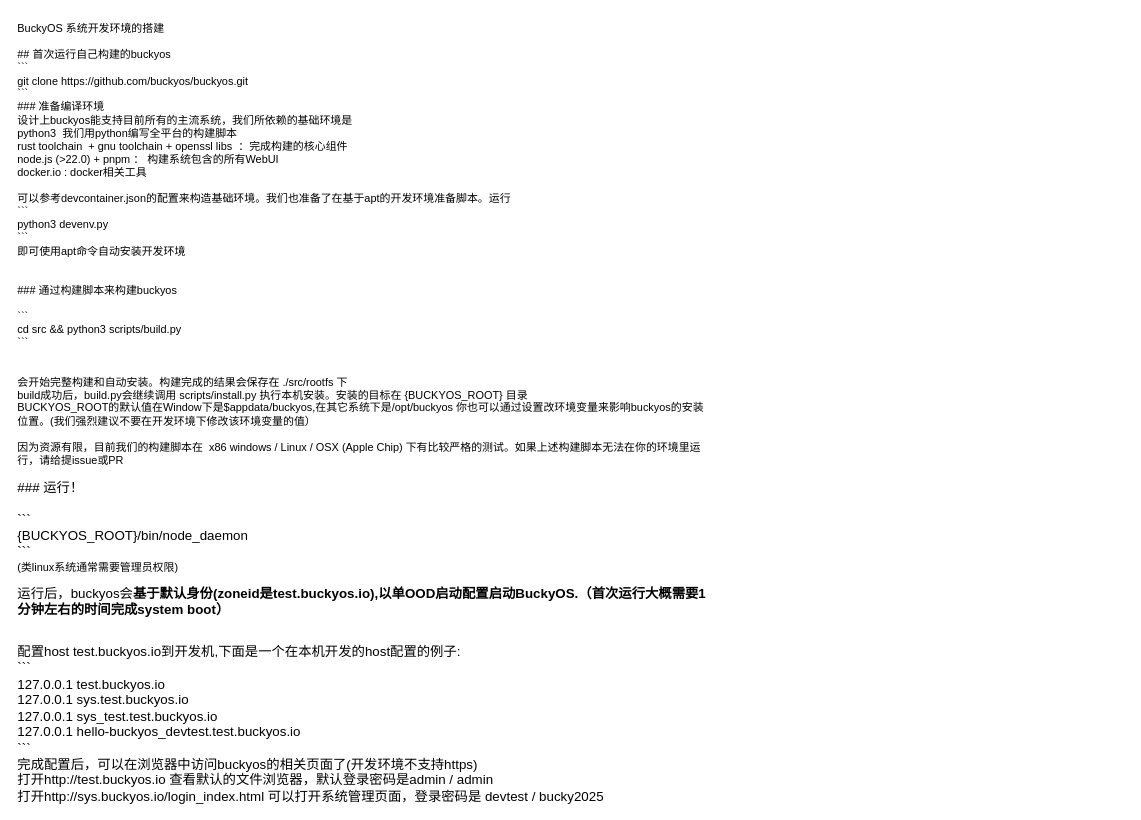
Above: page "Page1" (1 of 3) of doc/start dev.drawio in buckyos/buckyos (draw.io), before the change. Source tidied: cells renumbered, new cells numbered last; positions are measured from the earlier drawing's top-left corner, leaving out a move shared by most shapes. Both pictures are drawn from the tidied source at 91%, with x=0, y=0 at pixel (15, 15).
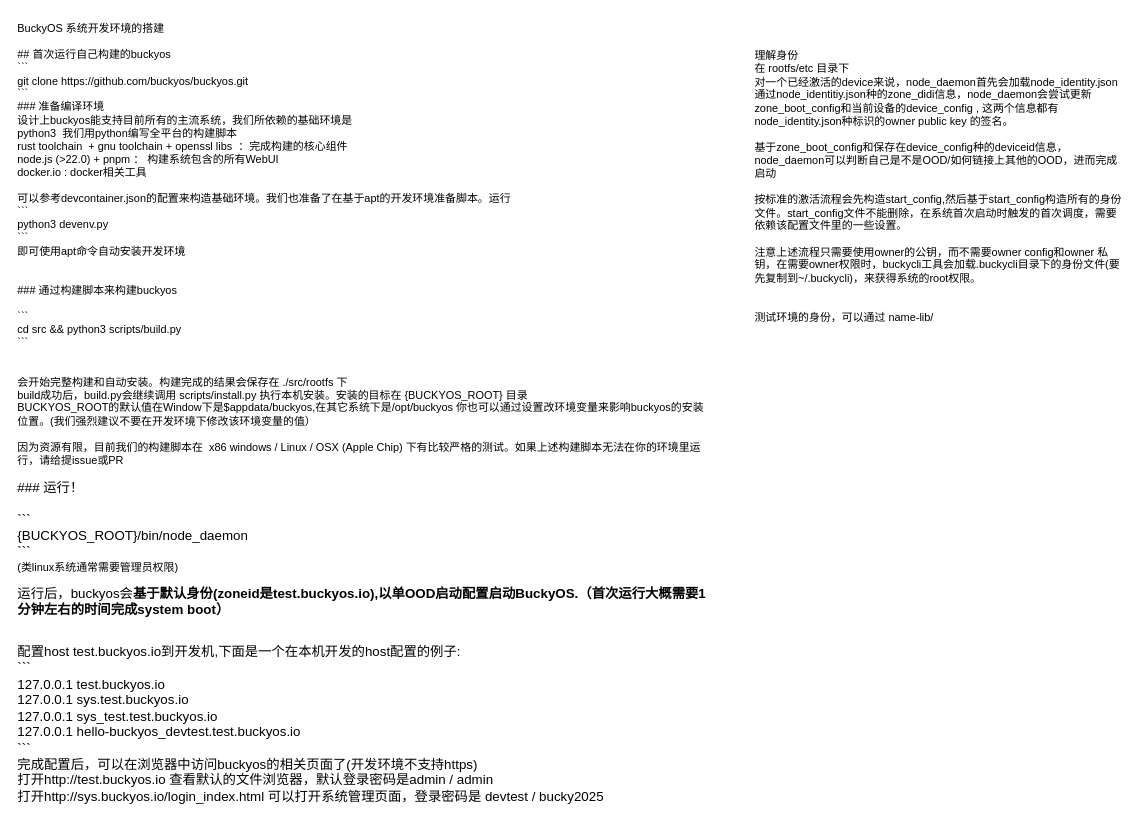
The same page after the edit.

Diff of the diagram source:
````diff
@@
 <mxGraphModel>
   <root>
     <mxCell id="0" />
     <mxCell id="1" parent="0" />
     <mxCell id="2" value="BuckyOS 系统开发环境的搭建&lt;div&gt;&lt;br&gt;&lt;/div&gt;&lt;div&gt;## 首次运行自己构建的buckyos&lt;/div&gt;&lt;div&gt;```&lt;/div&gt;&lt;div&gt;git clone https://github.com/buckyos/buckyos.git&lt;/div&gt;&lt;div&gt;```&lt;/div&gt;&lt;div&gt;### 准备编译环境&lt;/div&gt;&lt;div&gt;设计上buckyos能支持目前所有的主流系统，我们所依赖的基础环境是&lt;/div&gt;&lt;div&gt;python3&amp;nbsp; 我们用python编写全平台的构建脚本&lt;/div&gt;&lt;div&gt;rust toolchain&amp;nbsp; +&amp;nbsp;&lt;span style=&quot;background-color: transparent; color: light-dark(rgb(0, 0, 0), rgb(255, 255, 255));&quot;&gt;gnu toolchain +&amp;nbsp;&lt;/span&gt;&lt;span style=&quot;background-color: transparent; color: light-dark(rgb(0, 0, 0), rgb(255, 255, 255));&quot;&gt;openssl libs&amp;nbsp; ：完成构建的核心组件&lt;/span&gt;&lt;/div&gt;&lt;div&gt;node.js (&amp;gt;22.0) +&amp;nbsp;&lt;span style=&quot;background-color: transparent; color: light-dark(rgb(0, 0, 0), rgb(255, 255, 255));&quot;&gt;pnpm ： 构建系统包含的所有WebUI&lt;/span&gt;&lt;/div&gt;&lt;div&gt;docker.io : docker相关工具&lt;/div&gt;&lt;div&gt;&lt;br&gt;&lt;/div&gt;&lt;div&gt;可以参考devcontainer.json的配置来构造基础环境。我们也准备了在基于apt的开发环境准备脚本。运行&lt;/div&gt;&lt;div&gt;```&lt;/div&gt;&lt;div&gt;python3 devenv.py&amp;nbsp;&lt;/div&gt;&lt;div&gt;```&lt;/div&gt;&lt;div&gt;即可使用apt命令自动安装开发环境&lt;/div&gt;&lt;div&gt;&lt;br&gt;&lt;/div&gt;&lt;div&gt;&lt;br&gt;&lt;/div&gt;&lt;div&gt;### 通过构建脚本来构建buckyos&lt;/div&gt;&lt;div&gt;&lt;br&gt;&lt;/div&gt;&lt;div&gt;```&lt;/div&gt;&lt;div&gt;cd src &amp;amp;&amp;amp; python3 scripts/build.py&amp;nbsp;&lt;/div&gt;&lt;div&gt;```&lt;/div&gt;&lt;div&gt;&lt;br&gt;&lt;/div&gt;&lt;div&gt;&lt;br&gt;&lt;/div&gt;&lt;div&gt;会开始完整构建和自动安装。构建完成的结果会保存在 ./src/rootfs 下&lt;/div&gt;&lt;div&gt;build成功后，build.py会继续调用 scripts/install.py 执行本机安装。安装的目标在 {BUCKYOS_ROOT} 目录&lt;/div&gt;&lt;div&gt;BUCKYOS_ROOT的默认值在Window下是$appdata/buckyos,在其它系统下是/opt/buckyos 你也可以通过设置改环境变量来影响buckyos的安装位置。(我们强烈建议不要在开发环境下修改该环境变量的值）&lt;/div&gt;&lt;div&gt;&lt;br&gt;&lt;/div&gt;&lt;div&gt;因为资源有限，目前我们的构建脚本在&amp;nbsp; x86 windows / Linux / OSX (Apple Chip) 下有比较严格的测试。如果上述构建脚本无法在你的环境里运行，请给提issue或PR&lt;/div&gt;&lt;div&gt;&lt;br&gt;&lt;/div&gt;&lt;div&gt;&lt;p style=&quot;margin:0in;font-size:11.0pt&quot;&gt;### 运行！&lt;/p&gt;&lt;p style=&quot;margin:0in;font-size:11.0pt&quot;&gt;&lt;br&gt;&lt;/p&gt;&lt;p style=&quot;margin:0in;font-size:11.0pt&quot;&gt;```&lt;/p&gt;&lt;p style=&quot;margin:0in;font-size:11.0pt&quot;&gt;{BUCKYOS_ROOT}/bin/node_daemon&lt;/p&gt;&lt;p style=&quot;margin:0in;font-size:11.0pt&quot;&gt;```&lt;/p&gt;(类linux系统通常需要管理员权限)&lt;/div&gt;&lt;div&gt;&lt;br&gt;&lt;p style=&quot;margin:0in;font-family:&amp;quot;Microsoft YaHei&amp;quot;;font-size:11.0pt&quot;&gt;&lt;span lang=&quot;zh-CN&quot; style=&quot;&quot;&gt;运行后，buckyos会&lt;/span&gt;&lt;span lang=&quot;zh-CN&quot; style=&quot;font-weight:bold&quot;&gt;基于默认身份(zoneid&lt;/span&gt;&lt;b style=&quot;background-color: transparent; color: light-dark(rgb(0, 0, 0), rgb(255, 255, 255));&quot;&gt;是test.buckyos.io)&lt;/b&gt;&lt;span style=&quot;font-size: 11pt; background-color: transparent; color: light-dark(rgb(0, 0, 0), rgb(255, 255, 255)); font-weight: bold;&quot; lang=&quot;en-US&quot;&gt;,&lt;/span&gt;&lt;span style=&quot;font-size: 11pt; background-color: transparent; color: light-dark(rgb(0, 0, 0), rgb(255, 255, 255)); font-weight: bold;&quot; lang=&quot;zh-CN&quot;&gt;以单&lt;/span&gt;&lt;span style=&quot;font-size: 11pt; background-color: transparent; color: light-dark(rgb(0, 0, 0), rgb(255, 255, 255)); font-weight: bold;&quot; lang=&quot;en-US&quot;&gt;OOD&lt;/span&gt;&lt;span style=&quot;font-size: 11pt; background-color: transparent; color: light-dark(rgb(0, 0, 0), rgb(255, 255, 255)); font-weight: bold;&quot; lang=&quot;zh-CN&quot;&gt;启动配置启动BuckyOS.（首次运行大概需要1分钟左右的时间完成system boot）&lt;/span&gt;&lt;/p&gt;&lt;p style=&quot;margin:0in;margin-left:.375in;font-family:&amp;quot;Microsoft YaHei&amp;quot;;&lt;br/&gt;font-size:11.0pt&quot;&gt;&lt;br&gt;&lt;/p&gt;&lt;br&gt;&lt;p style=&quot;margin:0in;font-family:&amp;quot;Microsoft YaHei&amp;quot;;font-size:11.0pt&quot;&gt;&lt;span lang=&quot;zh-CN&quot;&gt;配置&lt;/span&gt;&lt;span lang=&quot;en-US&quot;&gt;host test.buckyos.io&lt;/span&gt;&lt;span lang=&quot;zh-CN&quot;&gt;到开发机,下面是一个在本机开发的host配置的例子:&lt;/span&gt;&lt;/p&gt;&lt;p style=&quot;margin:0in;font-family:&amp;quot;Microsoft YaHei&amp;quot;;font-size:11.0pt&quot;&gt;```&lt;/p&gt;&lt;p style=&quot;margin: 0in;&quot;&gt;&lt;font face=&quot;Microsoft YaHei&quot;&gt;&lt;span style=&quot;font-size: 14.6667px;&quot;&gt;127.0.0.1 test.buckyos.io&lt;/span&gt;&lt;/font&gt;&lt;/p&gt;&lt;p style=&quot;margin: 0in;&quot;&gt;&lt;font face=&quot;Microsoft YaHei&quot;&gt;&lt;span style=&quot;font-size: 14.6667px;&quot;&gt;127.0.0.1 sys.test.buckyos.io&lt;/span&gt;&lt;/font&gt;&lt;/p&gt;&lt;p style=&quot;margin: 0in;&quot;&gt;&lt;font face=&quot;Microsoft YaHei&quot;&gt;&lt;span style=&quot;font-size: 14.6667px;&quot;&gt;127.0.0.1 sys_test.test.buckyos.io&lt;/span&gt;&lt;/font&gt;&lt;/p&gt;&lt;p style=&quot;margin: 0in;&quot;&gt;&lt;font face=&quot;Microsoft YaHei&quot;&gt;&lt;span style=&quot;font-size: 14.6667px;&quot;&gt;127.0.0.1 hello-buckyos_devtest.test.buckyos.io&lt;/span&gt;&lt;/font&gt;&lt;/p&gt;&lt;p style=&quot;margin:0in;font-family:&amp;quot;Microsoft YaHei&amp;quot;;font-size:11.0pt&quot;&gt;```&lt;/p&gt;&lt;p style=&quot;margin:0in;font-family:&amp;quot;Microsoft YaHei&amp;quot;;font-size:11.0pt&quot;&gt;完成配置后，&lt;span style=&quot;font-size: 11pt; background-color: transparent; color: light-dark(rgb(0, 0, 0), rgb(255, 255, 255));&quot; lang=&quot;zh-CN&quot;&gt;可以在浏览器中访问buckyos的相关页面了(开发环境不支持https)&lt;/span&gt;&lt;/p&gt;&lt;p style=&quot;margin:0in;font-family:&amp;quot;Microsoft YaHei&amp;quot;;font-size:11.0pt&quot;&gt;&lt;span style=&quot;font-size: 11pt; background-color: transparent; color: light-dark(rgb(0, 0, 0), rgb(255, 255, 255));&quot; lang=&quot;zh-CN&quot;&gt;打开http://&lt;/span&gt;&lt;span style=&quot;font-size: 11pt; background-color: transparent; color: light-dark(rgb(0, 0, 0), rgb(255, 255, 255));&quot; lang=&quot;en-US&quot;&gt;test.buckyos.io 查看默认的文件浏览器，默认登录密码是admin / admin&lt;/span&gt;&lt;/p&gt;&lt;p style=&quot;margin:0in;font-family:&amp;quot;Microsoft YaHei&amp;quot;;font-size:11.0pt&quot;&gt;打开http://sys.buckyos.io/login_index.html 可以打开系统管理页面，登录密码是 devtest / bucky2025&lt;/p&gt;&lt;/div&gt;" style="text;html=1;align=left;verticalAlign=top;whiteSpace=wrap;rounded=0;" parent="1" vertex="1">
       <mxGeometry width="760" height="810" as="geometry" />
     </mxCell>
+    <mxCell id="3" value="理解身份&lt;div&gt;在 rootfs/etc 目录下&lt;/div&gt;&lt;div&gt;对一个已经激活的device来说，node_daemon首先会加载node_identity.json&amp;nbsp;&lt;/div&gt;&lt;div&gt;通过node_identitiy.json种的zone_didi信息，node_daemon会尝试更新zone_boot_config和当前设备的device_config , 这两个信息都有node_identity.json种标识的owner public key 的签名。&lt;/div&gt;&lt;div&gt;&lt;br&gt;&lt;/div&gt;&lt;div&gt;基于zone_boot_config和保存在device_config种的deviceid信息，node_daemon可以判断自己是不是OOD/如何链接上其他的OOD，进而完成启动&lt;/div&gt;&lt;div&gt;&lt;br&gt;&lt;/div&gt;&lt;div&gt;按标准的激活流程会先构造start_config,然后基于start_config构造所有的身份文件。start_config文件不能删除，在系统首次启动时触发的首次调度，需要依赖该配置文件里的一些设置。&lt;/div&gt;&lt;div&gt;&lt;br&gt;&lt;/div&gt;&lt;div&gt;注意上述流程只需要使用owner的公钥，而不需要owner config和owner 私钥，在需要owner权限时，buckycli工具会加载.buckycli目录下的身份文件(要先复制到~/.buckycli)，来获得系统的root权限。&amp;nbsp;&lt;/div&gt;&lt;div&gt;&lt;br&gt;&lt;/div&gt;&lt;div&gt;&lt;br&gt;&lt;/div&gt;&lt;div&gt;测试环境的身份，可以通过 name-lib/&lt;/div&gt;" style="text;html=1;align=left;verticalAlign=top;whiteSpace=wrap;rounded=0;" parent="1" vertex="1">
+      <mxGeometry x="810" y="30" width="410" height="320" as="geometry" />
+    </mxCell>
   </root>
 </mxGraphModel>
````
